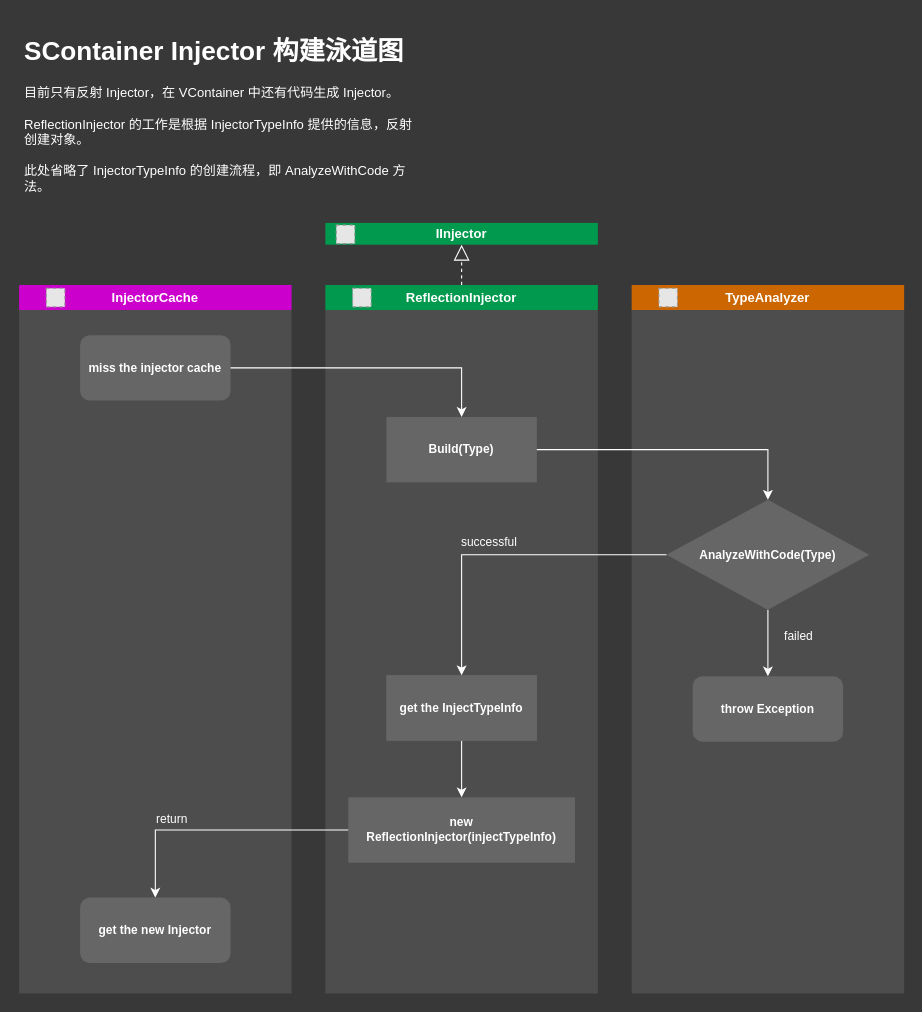
Above: page "ReflectionInjector swimlane diagram" (5 of 7) of Resources/drawio/SContainer_01.drawio in Summid/SContainer (draw.io), before the change. Source tidied: cells renumbered, new cells numbered last; positions are measured from the earlier drawing's top-left corner, leaving out a move shared by most shapes. Both pictures are drawn from the tidied source at 109%, with x=0, y=0 at pixel (19, 29). Pictures stored in the file or linked from it are replaced by grey dashed boxes.
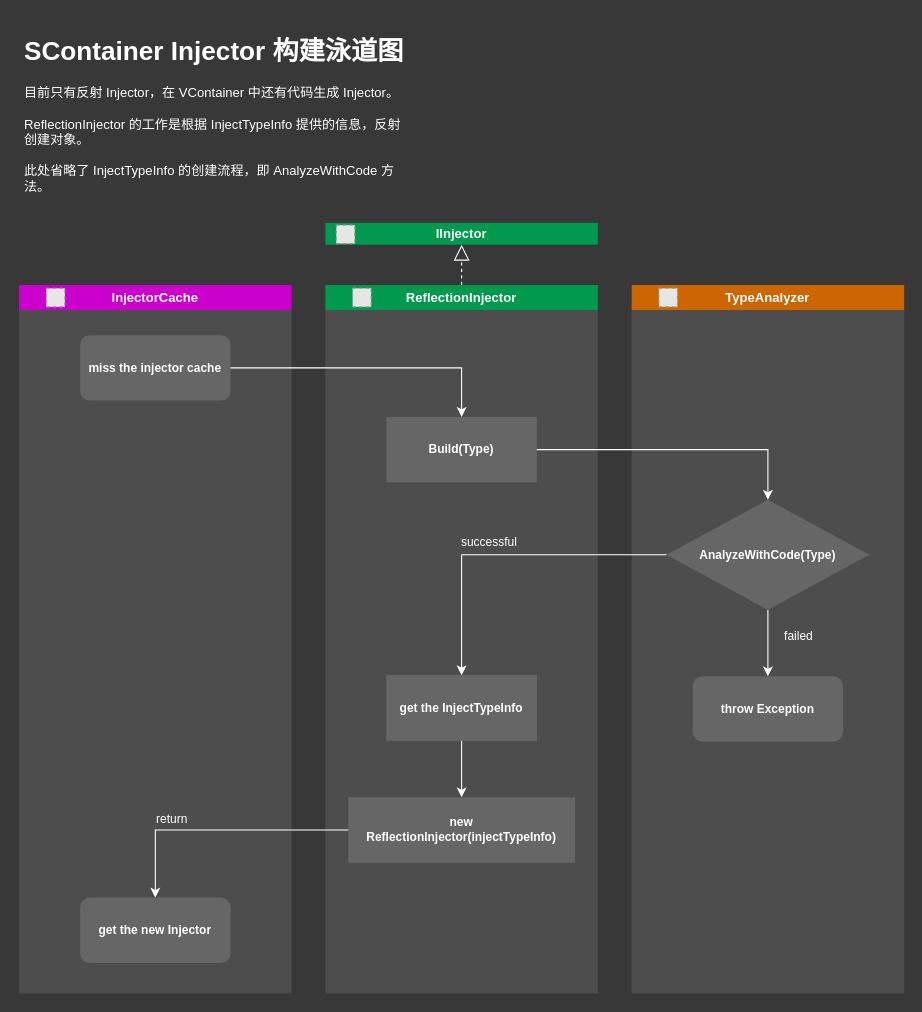
The same page after the edit.

The edit, as a diff of the source:
```diff
@@
-    <mxCell id="2" value="&lt;h1&gt;SContainer Injector 构建泳道图&lt;/h1&gt;&lt;div&gt;目前只有反射 Injector，在 VContainer 中还有代码生成 Injector。&lt;/div&gt;&lt;div&gt;&lt;br&gt;&lt;/div&gt;&lt;div&gt;ReflectionInjector 的工作是根据 InjectorTypeInfo 提供的信息，反射创建对象。&lt;/div&gt;&lt;div&gt;&lt;br&gt;&lt;/div&gt;&lt;div&gt;此处省略了 InjectorTypeInfo 的创建流程，即 AnalyzeWithCode 方法。&lt;/div&gt;" style="text;html=1;strokeColor=none;fillColor=none;spacing=5;spacingTop=-20;whiteSpace=wrap;overflow=hidden;rounded=0;fontColor=#FFFFFF;" parent="1" vertex="1">
+    <mxCell id="2" value="&lt;h1&gt;SContainer Injector 构建泳道图&lt;/h1&gt;&lt;div&gt;目前只有反射 Injector，在 VContainer 中还有代码生成 Injector。&lt;/div&gt;&lt;div&gt;&lt;br&gt;&lt;/div&gt;&lt;div&gt;ReflectionInjector 的工作是根据 InjectTypeInfo 提供的信息，反射创建对象。&lt;/div&gt;&lt;div&gt;&lt;br&gt;&lt;/div&gt;&lt;div&gt;此处省略了 InjectTypeInfo 的创建流程，即 AnalyzeWithCode 方法。&lt;/div&gt;" style="text;html=1;strokeColor=none;fillColor=none;spacing=5;spacingTop=-20;whiteSpace=wrap;overflow=hidden;rounded=0;fontColor=#FFFFFF;" parent="1" vertex="1">
       <mxGeometry width="365" height="160" as="geometry" />
     </mxCell>
```
